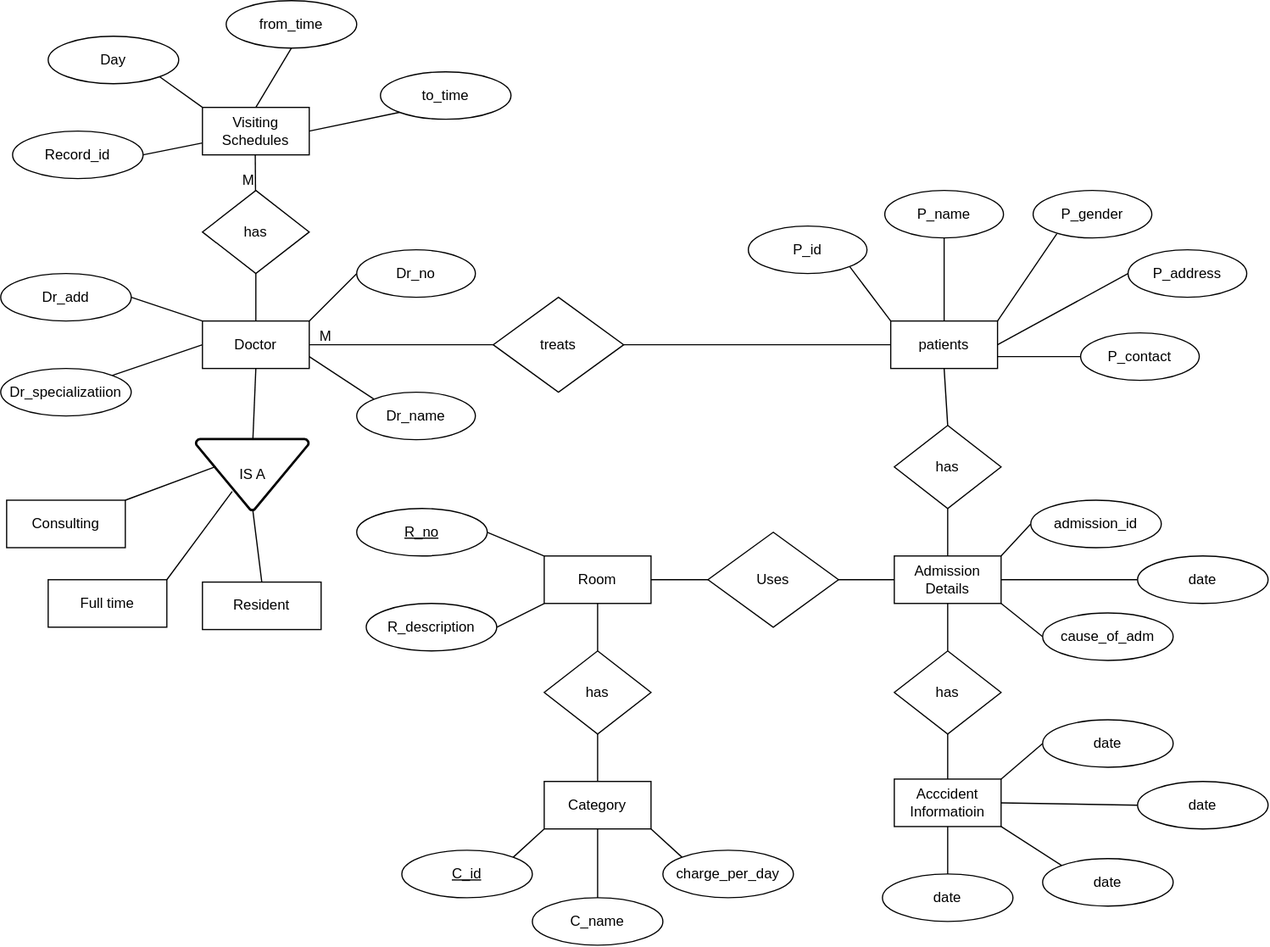
This is Casestudy1.drawio.svg from ramiza313/DBMS---Case-Studies, a draw.io export, as it was before one commit. Source tidied: cells renumbered, new cells last; positions are measured from the earlier drawing's top-left corner, leaving out a move shared by most shapes.
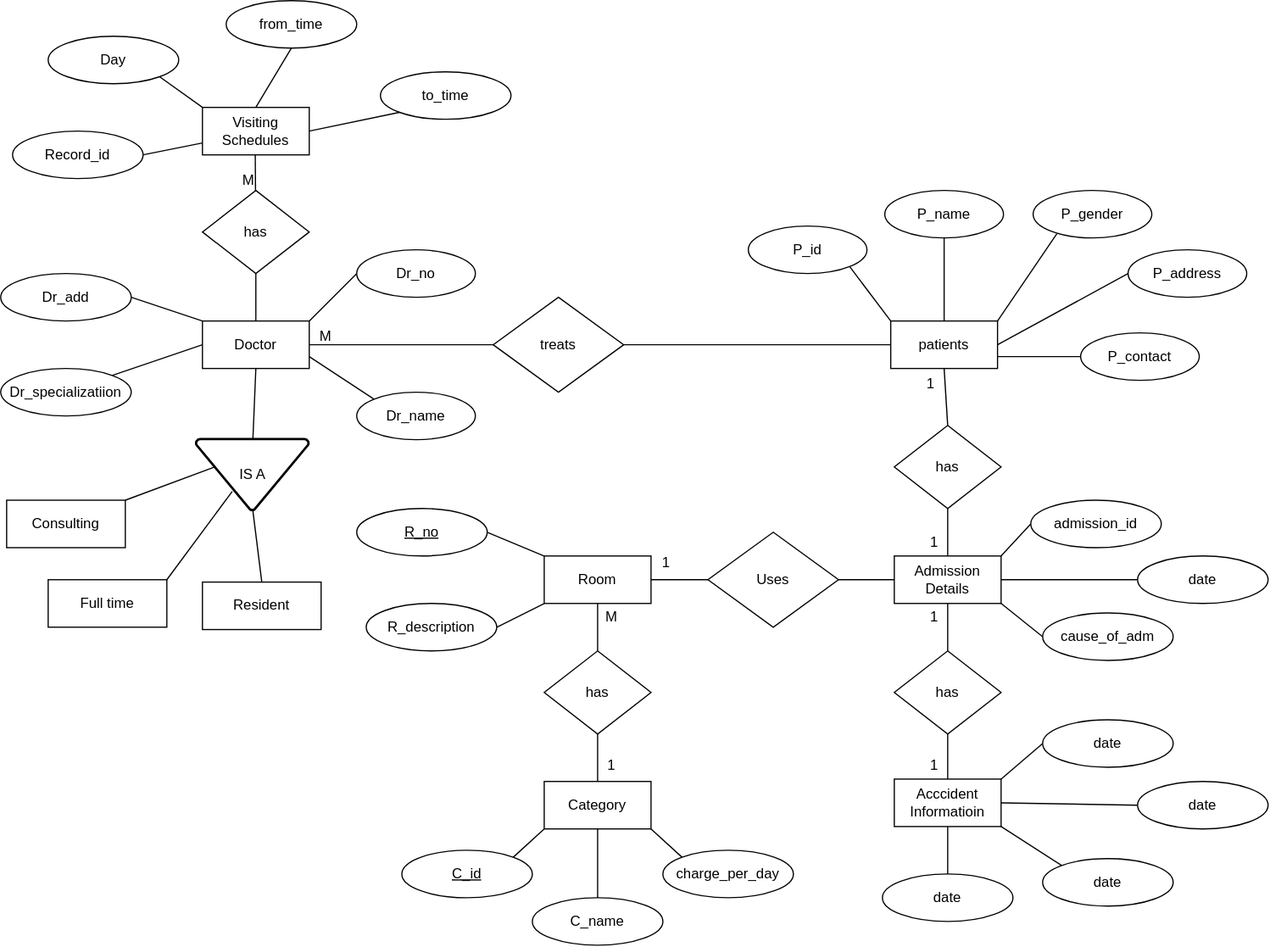
The same file after the commit.

Diff of the diagram source:
```diff
@@ -261,5 +261,26 @@
     <mxCell id="86" value="M" style="text;html=1;whiteSpace=wrap;strokeColor=none;fillColor=none;align=center;verticalAlign=middle;rounded=0;" parent="1" vertex="1">
       <mxGeometry x="264" y="271" width="20" height="23" as="geometry" />
     </mxCell>
+    <mxCell id="87" value="1" style="text;html=1;whiteSpace=wrap;strokeColor=none;fillColor=none;align=center;verticalAlign=middle;rounded=0;" parent="1" vertex="1">
+      <mxGeometry x="774" y="311" width="20" height="23" as="geometry" />
+    </mxCell>
+    <mxCell id="88" value="1" style="text;html=1;whiteSpace=wrap;strokeColor=none;fillColor=none;align=center;verticalAlign=middle;rounded=0;" parent="1" vertex="1">
+      <mxGeometry x="777" y="445" width="20" height="23" as="geometry" />
+    </mxCell>
+    <mxCell id="89" value="1" style="text;html=1;whiteSpace=wrap;strokeColor=none;fillColor=none;align=center;verticalAlign=middle;rounded=0;" parent="1" vertex="1">
+      <mxGeometry x="777" y="633" width="20" height="23" as="geometry" />
+    </mxCell>
+    <mxCell id="90" value="1" style="text;html=1;whiteSpace=wrap;strokeColor=none;fillColor=none;align=center;verticalAlign=middle;rounded=0;" parent="1" vertex="1">
+      <mxGeometry x="777" y="508" width="20" height="23" as="geometry" />
+    </mxCell>
+    <mxCell id="91" value="1" style="text;html=1;whiteSpace=wrap;strokeColor=none;fillColor=none;align=center;verticalAlign=middle;rounded=0;" parent="1" vertex="1">
+      <mxGeometry x="551" y="462" width="20" height="23" as="geometry" />
+    </mxCell>
+    <mxCell id="92" value="M" style="text;html=1;whiteSpace=wrap;strokeColor=none;fillColor=none;align=center;verticalAlign=middle;rounded=0;" parent="1" vertex="1">
+      <mxGeometry x="505" y="508" width="20" height="23" as="geometry" />
+    </mxCell>
+    <mxCell id="93" value="1" style="text;html=1;whiteSpace=wrap;strokeColor=none;fillColor=none;align=center;verticalAlign=middle;rounded=0;" parent="1" vertex="1">
+      <mxGeometry x="505" y="633" width="20" height="23" as="geometry" />
+    </mxCell>
   </root>
 </mxGraphModel>
```
